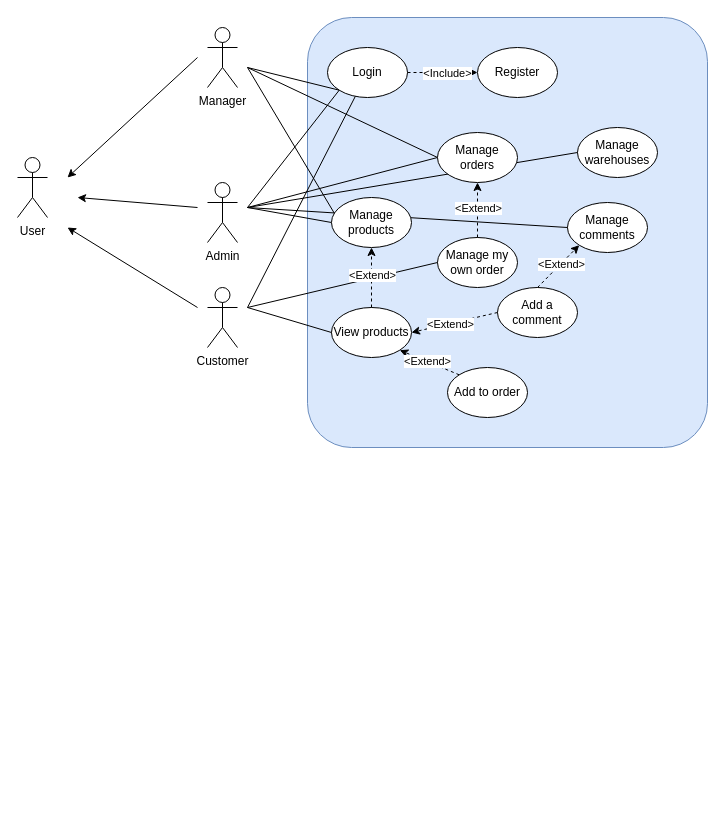
Above: Diagramme sans nom.drawio in NhkI0/Java1 (draw.io), before the change. Source tidied: cells renumbered, new cells numbered last; positions are measured from the earlier drawing's top-left corner, leaving out a move shared by most shapes. Both pictures are drawn from the tidied source at 100%, with x=0, y=0 at pixel (17, 17).
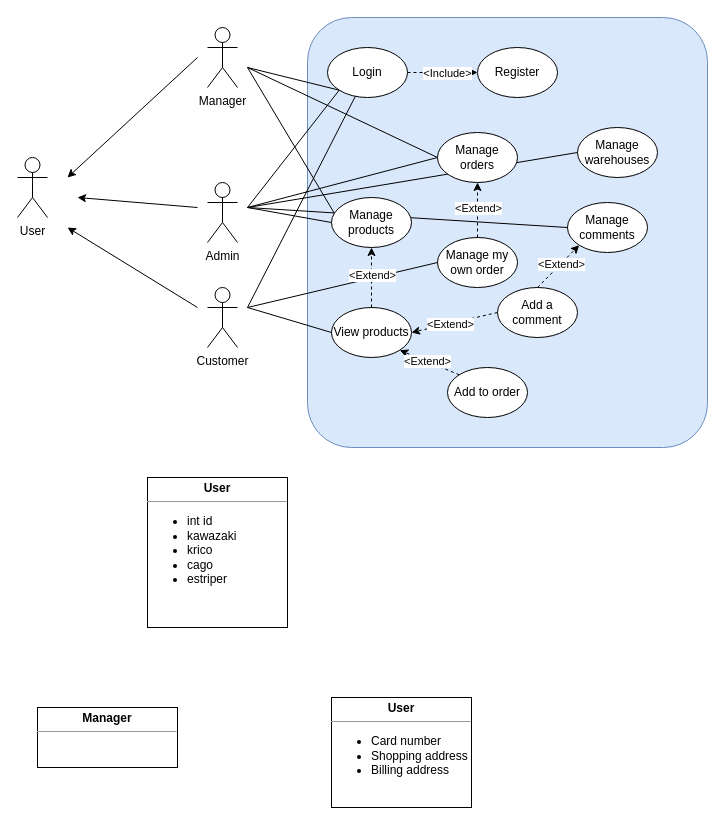
After the change.

Commit message (it also covers changes not shown here):
Mettre à jour Diagramme sans nom.drawio

Change to the diagram source:
```diff
@@
+    <mxCell id="43" value="&lt;p style=&quot;margin:0px;margin-top:4px;text-align:center;&quot;&gt;&lt;b&gt;Manager&lt;/b&gt;&lt;/p&gt;&lt;hr size=&quot;1&quot;&gt;&lt;div style=&quot;height:2px;&quot;&gt;&lt;/div&gt;" style="verticalAlign=top;align=left;overflow=fill;fontSize=12;fontFamily=Helvetica;html=1;whiteSpace=wrap;" parent="1" vertex="1">
+      <mxGeometry x="20" y="690" width="140" height="60" as="geometry" />
+    </mxCell>
+    <mxCell id="44" value="&lt;p style=&quot;margin:0px;margin-top:4px;text-align:center;&quot;&gt;&lt;b&gt;User&lt;/b&gt;&lt;/p&gt;&lt;hr size=&quot;1&quot;&gt;&lt;div style=&quot;height:2px;&quot;&gt;&lt;ul&gt;&lt;li&gt;Card number&lt;/li&gt;&lt;li&gt;Shopping address&lt;/li&gt;&lt;li&gt;Billing address&lt;/li&gt;&lt;/ul&gt;&lt;/div&gt;" style="verticalAlign=top;align=left;overflow=fill;fontSize=12;fontFamily=Helvetica;html=1;whiteSpace=wrap;" parent="1" vertex="1">
+      <mxGeometry x="314" y="680" width="140" height="110" as="geometry" />
+    </mxCell>
+    <mxCell id="45" value="&lt;p style=&quot;margin:0px;margin-top:4px;text-align:center;&quot;&gt;&lt;b&gt;User&lt;/b&gt;&lt;/p&gt;&lt;hr size=&quot;1&quot;&gt;&lt;div style=&quot;height:2px;&quot;&gt;&lt;ul&gt;&lt;li&gt;int id&lt;/li&gt;&lt;li&gt;kawazaki&lt;/li&gt;&lt;li&gt;krico&lt;/li&gt;&lt;li&gt;cago&lt;/li&gt;&lt;li&gt;estriper&lt;/li&gt;&lt;/ul&gt;&lt;/div&gt;" style="verticalAlign=top;align=left;overflow=fill;fontSize=12;fontFamily=Helvetica;html=1;whiteSpace=wrap;" parent="1" vertex="1">
+      <mxGeometry x="130" y="460" width="140" height="150" as="geometry" />
+    </mxCell>
```
